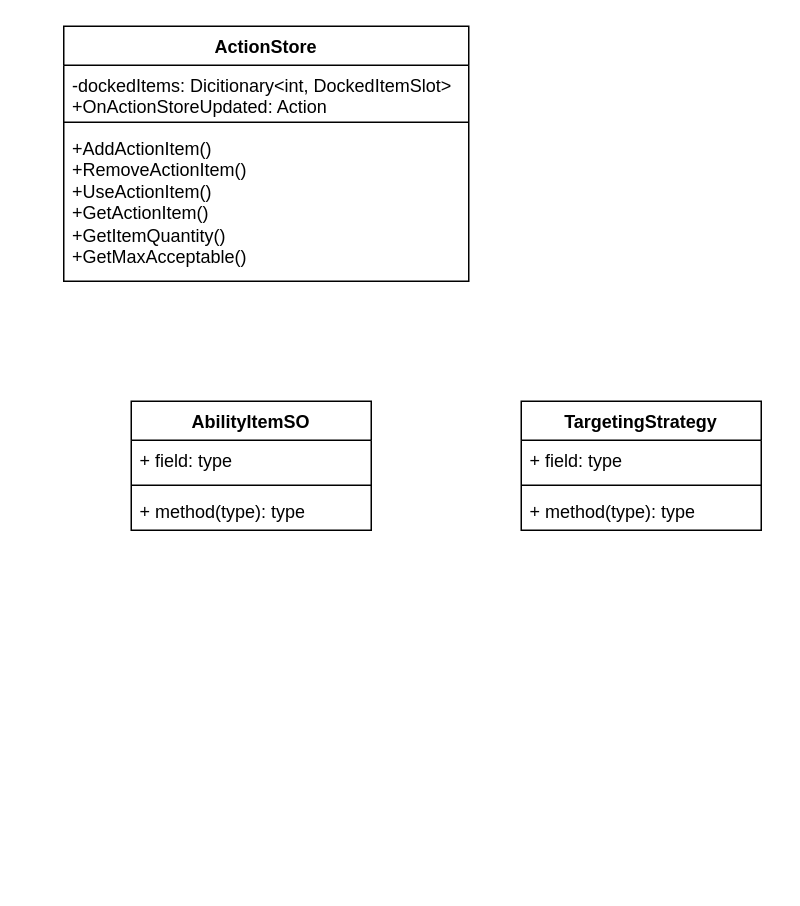
Above: page "Action system" (2 of 2) of GreenAcademyProject.drawio in KTFox/FoxAdventure (draw.io), before the change. Source tidied: cells renumbered, new cells numbered last; positions are measured from the earlier drawing's top-left corner, leaving out a move shared by most shapes. Both pictures are drawn from the tidied source at 150%, with x=0, y=0 at pixel (63, 26).
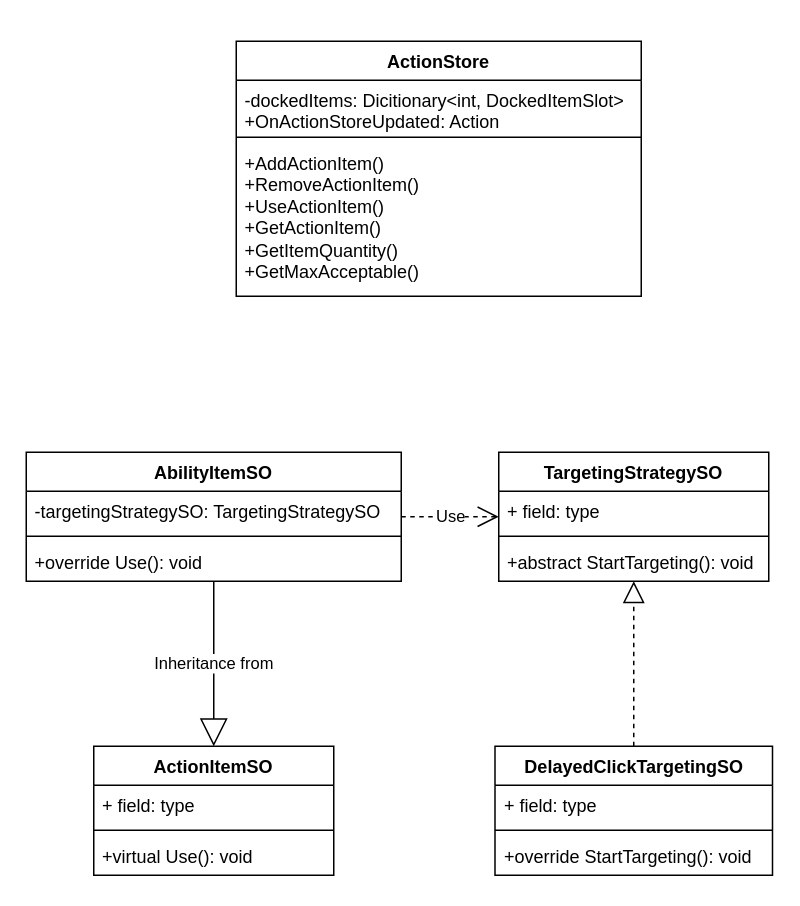
The same diagram, later.

Diff of the diagram source:
```diff
@@
     <mxCell id="2" value="ActionStore" style="swimlane;fontStyle=1;align=center;verticalAlign=top;horizontal=1;startSize=26;whiteSpace=wrap;html=1;" parent="1" vertex="1">
-      <mxGeometry width="270" height="170" as="geometry" />
+      <mxGeometry x="115" y="10" width="270" height="170" as="geometry" />
     </mxCell>
@@
     <mxCell id="6" value="AbilityItemSO" style="swimlane;fontStyle=1;align=center;verticalAlign=top;horizontal=1;startSize=26;whiteSpace=wrap;html=1;" parent="1" vertex="1">
-      <mxGeometry x="45" y="250" width="160" height="86" as="geometry" />
+      <mxGeometry x="-25" y="284" width="250" height="86" as="geometry" />
     </mxCell>
-    <mxCell id="7" value="+ field: type" style="text;strokeColor=none;fillColor=none;align=left;verticalAlign=top;spacingLeft=4;spacingRight=4;overflow=hidden;whiteSpace=wrap;html=1;" parent="6" vertex="1">
-      <mxGeometry y="26" width="160" height="26" as="geometry" />
+    <mxCell id="7" value="-targetingStrategySO: TargetingStrategySO" style="text;strokeColor=none;fillColor=none;align=left;verticalAlign=top;spacingLeft=4;spacingRight=4;overflow=hidden;whiteSpace=wrap;html=1;" parent="6" vertex="1">
+      <mxGeometry y="26" width="250" height="26" as="geometry" />
     </mxCell>
     <mxCell id="8" style="line;strokeWidth=1;fillColor=none;align=left;verticalAlign=middle;spacingTop=-1;spacingLeft=3;spacingRight=3;labelPosition=right;strokeColor=inherit;" parent="6" vertex="1">
-      <mxGeometry y="52" width="160" height="8" as="geometry" />
+      <mxGeometry y="52" width="250" height="8" as="geometry" />
     </mxCell>
-    <mxCell id="9" value="+ method(type): type" style="text;strokeColor=none;fillColor=none;align=left;verticalAlign=top;spacingLeft=4;spacingRight=4;overflow=hidden;whiteSpace=wrap;html=1;" parent="6" vertex="1">
-      <mxGeometry y="60" width="160" height="26" as="geometry" />
+    <mxCell id="9" value="+override Use(): void" style="text;strokeColor=none;fillColor=none;align=left;verticalAlign=top;spacingLeft=4;spacingRight=4;overflow=hidden;whiteSpace=wrap;html=1;" parent="6" vertex="1">
+      <mxGeometry y="60" width="250" height="26" as="geometry" />
     </mxCell>
-    <mxCell id="10" value="TargetingStrategy" style="swimlane;fontStyle=1;align=center;verticalAlign=top;horizontal=1;startSize=26;whiteSpace=wrap;html=1;" parent="1" vertex="1">
-      <mxGeometry x="305" y="250" width="160" height="86" as="geometry" />
+    <mxCell id="10" value="TargetingStrategySO" style="swimlane;fontStyle=1;align=center;verticalAlign=top;horizontal=1;startSize=26;whiteSpace=wrap;html=1;" parent="1" vertex="1">
+      <mxGeometry x="290" y="284" width="180" height="86" as="geometry" />
     </mxCell>
     <mxCell id="11" value="+ field: type" style="text;strokeColor=none;fillColor=none;align=left;verticalAlign=top;spacingLeft=4;spacingRight=4;overflow=hidden;whiteSpace=wrap;html=1;" parent="10" vertex="1">
-      <mxGeometry y="26" width="160" height="26" as="geometry" />
+      <mxGeometry y="26" width="180" height="26" as="geometry" />
     </mxCell>
     <mxCell id="12" style="line;strokeWidth=1;fillColor=none;align=left;verticalAlign=middle;spacingTop=-1;spacingLeft=3;spacingRight=3;labelPosition=right;strokeColor=inherit;" parent="10" vertex="1">
-      <mxGeometry y="52" width="160" height="8" as="geometry" />
+      <mxGeometry y="52" width="180" height="8" as="geometry" />
     </mxCell>
-    <mxCell id="13" value="+ method(type): type" style="text;strokeColor=none;fillColor=none;align=left;verticalAlign=top;spacingLeft=4;spacingRight=4;overflow=hidden;whiteSpace=wrap;html=1;" parent="10" vertex="1">
-      <mxGeometry y="60" width="160" height="26" as="geometry" />
+    <mxCell id="13" value="+abstract StartTargeting(): void" style="text;strokeColor=none;fillColor=none;align=left;verticalAlign=top;spacingLeft=4;spacingRight=4;overflow=hidden;whiteSpace=wrap;html=1;" parent="10" vertex="1">
+      <mxGeometry y="60" width="180" height="26" as="geometry" />
     </mxCell>
+    <mxCell id="14" value="ActionItemSO" style="swimlane;fontStyle=1;align=center;verticalAlign=top;horizontal=1;startSize=26;whiteSpace=wrap;html=1;" parent="1" vertex="1">
+      <mxGeometry x="20" y="480" width="160" height="86" as="geometry" />
+    </mxCell>
+    <mxCell id="15" value="+ field: type" style="text;strokeColor=none;fillColor=none;align=left;verticalAlign=top;spacingLeft=4;spacingRight=4;overflow=hidden;whiteSpace=wrap;html=1;" parent="14" vertex="1">
+      <mxGeometry y="26" width="160" height="26" as="geometry" />
+    </mxCell>
+    <mxCell id="16" style="line;strokeWidth=1;fillColor=none;align=left;verticalAlign=middle;spacingTop=-1;spacingLeft=3;spacingRight=3;labelPosition=right;strokeColor=inherit;" parent="14" vertex="1">
+      <mxGeometry y="52" width="160" height="8" as="geometry" />
+    </mxCell>
+    <mxCell id="17" value="+virtual Use(): void" style="text;strokeColor=none;fillColor=none;align=left;verticalAlign=top;spacingLeft=4;spacingRight=4;overflow=hidden;whiteSpace=wrap;html=1;" parent="14" vertex="1">
+      <mxGeometry y="60" width="160" height="26" as="geometry" />
+    </mxCell>
+    <mxCell id="18" value="Inheritance from" style="endArrow=block;endSize=16;endFill=0;html=1;rounded=0;" parent="1" edge="1" source="6" target="14">
+      <mxGeometry relative="1" as="geometry" />
+    </mxCell>
+    <mxCell id="19" value="DelayedClickTargetingSO" style="swimlane;fontStyle=1;align=center;verticalAlign=top;horizontal=1;startSize=26;whiteSpace=wrap;html=1;" parent="1" vertex="1">
+      <mxGeometry x="287.5" y="480" width="185" height="86" as="geometry" />
+    </mxCell>
+    <mxCell id="20" value="+ field: type" style="text;strokeColor=none;fillColor=none;align=left;verticalAlign=top;spacingLeft=4;spacingRight=4;overflow=hidden;whiteSpace=wrap;html=1;" parent="19" vertex="1">
+      <mxGeometry y="26" width="185" height="26" as="geometry" />
+    </mxCell>
+    <mxCell id="21" style="line;strokeWidth=1;fillColor=none;align=left;verticalAlign=middle;spacingTop=-1;spacingLeft=3;spacingRight=3;labelPosition=right;strokeColor=inherit;" parent="19" vertex="1">
+      <mxGeometry y="52" width="185" height="8" as="geometry" />
+    </mxCell>
+    <mxCell id="22" value="+override StartTargeting(): void" style="text;strokeColor=none;fillColor=none;align=left;verticalAlign=top;spacingLeft=4;spacingRight=4;overflow=hidden;whiteSpace=wrap;html=1;" parent="19" vertex="1">
+      <mxGeometry y="60" width="185" height="26" as="geometry" />
+    </mxCell>
+    <mxCell id="23" style="endArrow=block;dashed=1;endFill=0;endSize=12;html=1;rounded=0;" parent="1" edge="1" source="19" target="10">
+      <mxGeometry relative="1" as="geometry" />
+    </mxCell>
+    <mxCell id="24" value="Use" style="endArrow=open;endSize=12;dashed=1;html=1;rounded=0;" parent="1" edge="1" source="6" target="10">
+      <mxGeometry relative="1" as="geometry" />
+    </mxCell>
```
